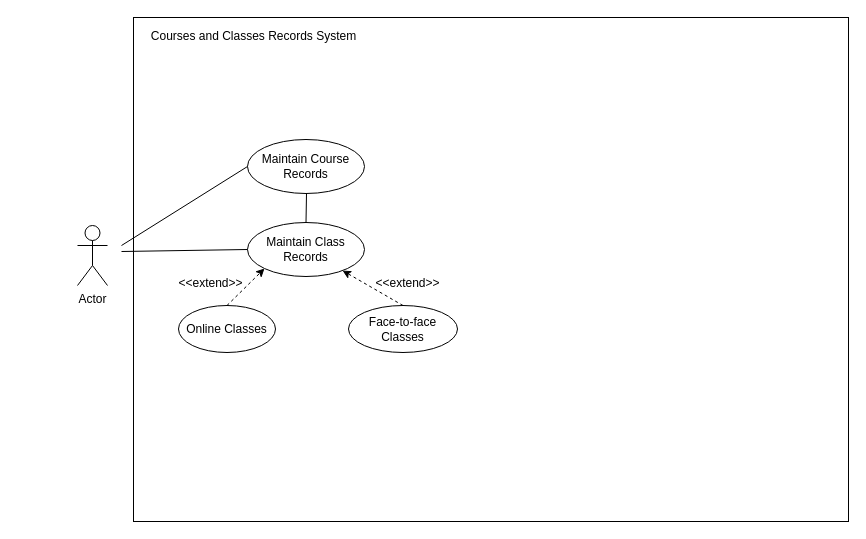
Above: Untitled Diagram.drawio in kincaidtk901/Workspace (draw.io), before the change. Source tidied: cells renumbered, new cells numbered last; positions are measured from the earlier drawing's top-left corner, leaving out a move shared by most shapes. Both pictures are drawn from the tidied source at 100%, with x=0, y=0 at pixel (77, 17).
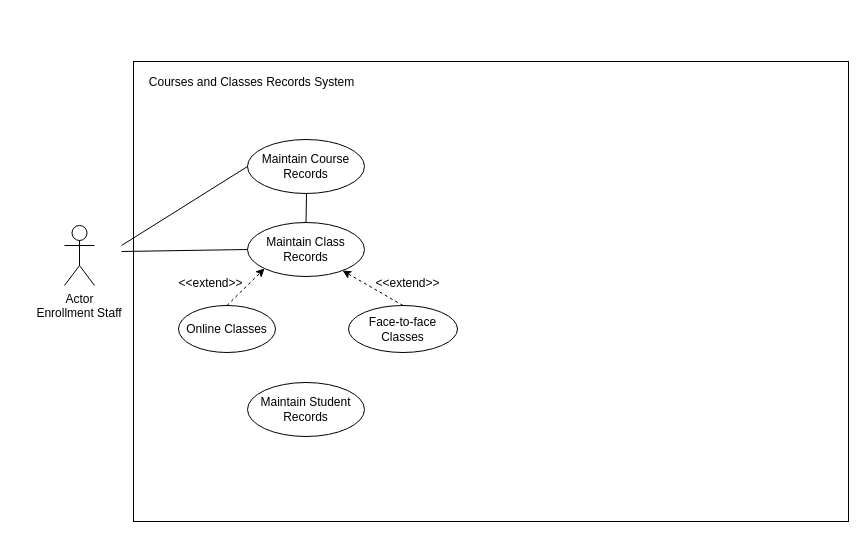
Above is the later version.

Change to the diagram source:
```diff
@@
     <mxCell id="2" style="rounded=0;whiteSpace=wrap;html=1;fillColor=none;" parent="1" vertex="1">
-      <mxGeometry x="56" width="715" height="504" as="geometry" />
+      <mxGeometry x="56" y="44" width="715" height="460" as="geometry" />
     </mxCell>
     <mxCell id="3" value="Actor" style="shape=umlActor;verticalLabelPosition=bottom;verticalAlign=top;html=1;fillColor=none;" parent="1" vertex="1">
-      <mxGeometry y="208" width="30" height="60" as="geometry" />
+      <mxGeometry x="-13" y="208" width="30" height="60" as="geometry" />
     </mxCell>
@@
     <mxCell id="12" value="Courses and Classes Records System" style="text;html=1;align=center;verticalAlign=middle;" parent="1" vertex="1">
-      <mxGeometry x="68" y="10" width="215" height="18" as="geometry" />
+      <mxGeometry x="66" y="56" width="215" height="18" as="geometry" />
     </mxCell>
@@
+    <mxCell id="16" value="Enrollment Staff" style="text;html=1;strokeColor=none;fillColor=none;align=center;verticalAlign=middle;whiteSpace=wrap;rounded=0;" parent="1" vertex="1">
+      <mxGeometry x="-60" y="288" width="124" height="16" as="geometry" />
+    </mxCell>
+    <mxCell id="17" value="Maintain Student Records" style="ellipse;whiteSpace=wrap;html=1;fillColor=none;" parent="1" vertex="1">
+      <mxGeometry x="170" y="365" width="117" height="54" as="geometry" />
+    </mxCell>
```
